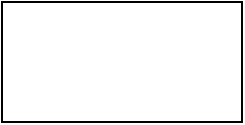
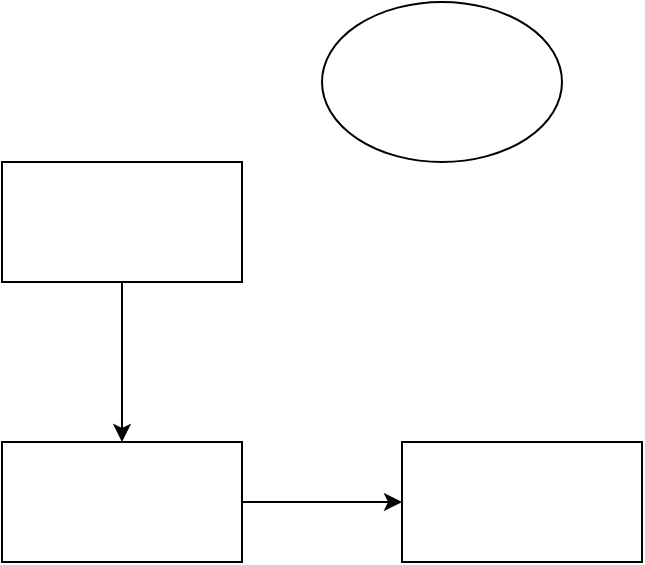
<mxfile host="app.diagrams.net">
  <diagram name="第 1 页" id="yJXxDQ2Hg5-Q3f_0AOA0">
-     <mxGraphModel dx="1030" dy="535" grid="1" gridSize="10" guides="1" tooltips="1" connect="1" arrows="1" fold="1" page="1" pageScale="1" pageWidth="827" pageHeight="1169" math="0" shadow="0">
+     <mxGraphModel dx="768" dy="527" grid="1" gridSize="10" guides="1" tooltips="1" connect="1" arrows="1" fold="1" page="1" pageScale="1" pageWidth="827" pageHeight="1169" math="0" shadow="0">
      <root>
        <mxCell id="0" />
        <mxCell id="1" parent="0" />
+         <mxCell id="YOXDJ1svuCKyHn5wLyVU-3" edge="1" parent="1" source="eIsoIy20_jtOCNLfOfH3-1" style="edgeStyle=orthogonalEdgeStyle;rounded=0;orthogonalLoop=1;jettySize=auto;html=1;" target="YOXDJ1svuCKyHn5wLyVU-2" value="">
+           <mxGeometry relative="1" as="geometry" />
+         </mxCell>
        <mxCell id="eIsoIy20_jtOCNLfOfH3-1" parent="1" style="rounded=0;whiteSpace=wrap;html=1;" value="" vertex="1">
          <mxGeometry height="60" width="120" x="240" y="180" as="geometry" />
+         </mxCell>
+         <mxCell id="YOXDJ1svuCKyHn5wLyVU-1" parent="1" style="ellipse;whiteSpace=wrap;html=1;" value="" vertex="1">
+           <mxGeometry height="80" width="120" x="400" y="100" as="geometry" />
+         </mxCell>
+         <mxCell id="YOXDJ1svuCKyHn5wLyVU-5" edge="1" parent="1" source="YOXDJ1svuCKyHn5wLyVU-2" style="edgeStyle=orthogonalEdgeStyle;rounded=0;orthogonalLoop=1;jettySize=auto;html=1;" target="YOXDJ1svuCKyHn5wLyVU-4" value="">
+           <mxGeometry relative="1" as="geometry" />
+         </mxCell>
+         <mxCell id="YOXDJ1svuCKyHn5wLyVU-2" parent="1" style="rounded=0;whiteSpace=wrap;html=1;" value="" vertex="1">
+           <mxGeometry height="60" width="120" x="240" y="320" as="geometry" />
+         </mxCell>
+         <mxCell id="YOXDJ1svuCKyHn5wLyVU-4" parent="1" style="rounded=0;whiteSpace=wrap;html=1;" value="" vertex="1">
+           <mxGeometry height="60" width="120" x="440" y="320" as="geometry" />
        </mxCell>
      </root>
    </mxGraphModel>
  </diagram>
</mxfile>
